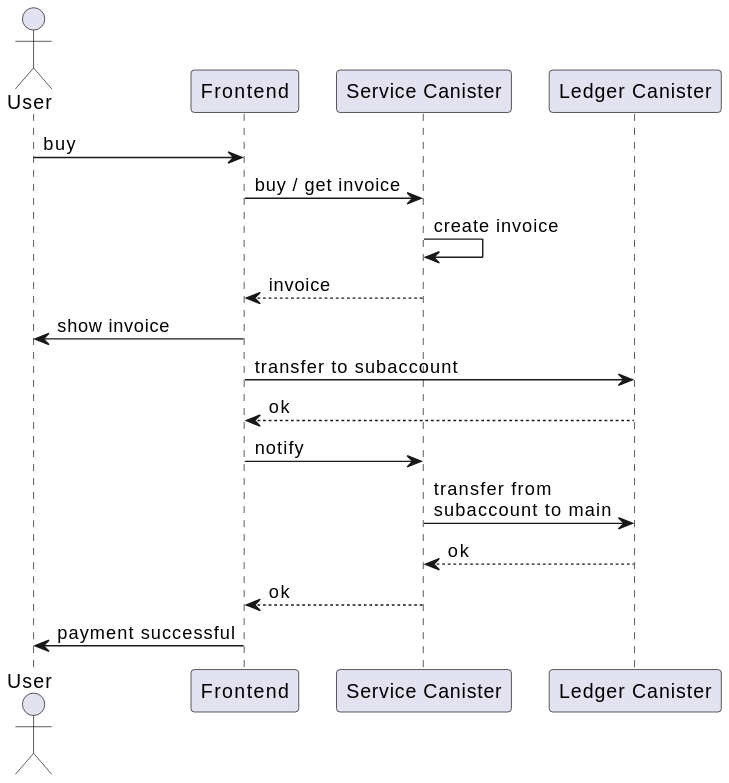
This is docs/BNT-3/flow.svg from dfinity/grant-rfps, a PlantUML export, as it was before one commit. Its diagram source:
```plantuml
@startuml
actor User as U
participant Frontend as F
participant "Service Canister" as S
participant "Ledger Canister" as L
U ->F: buy
F->S: buy / get invoice
S->S: create invoice
S-->F: invoice
F->U: show invoice
F->L: transfer to subaccount
L-->F: ok
F->S: notify
S->L: transfer from\nsubaccount to main
L-->S: ok
S-->F: ok
F->U: payment successful
@enduml
```
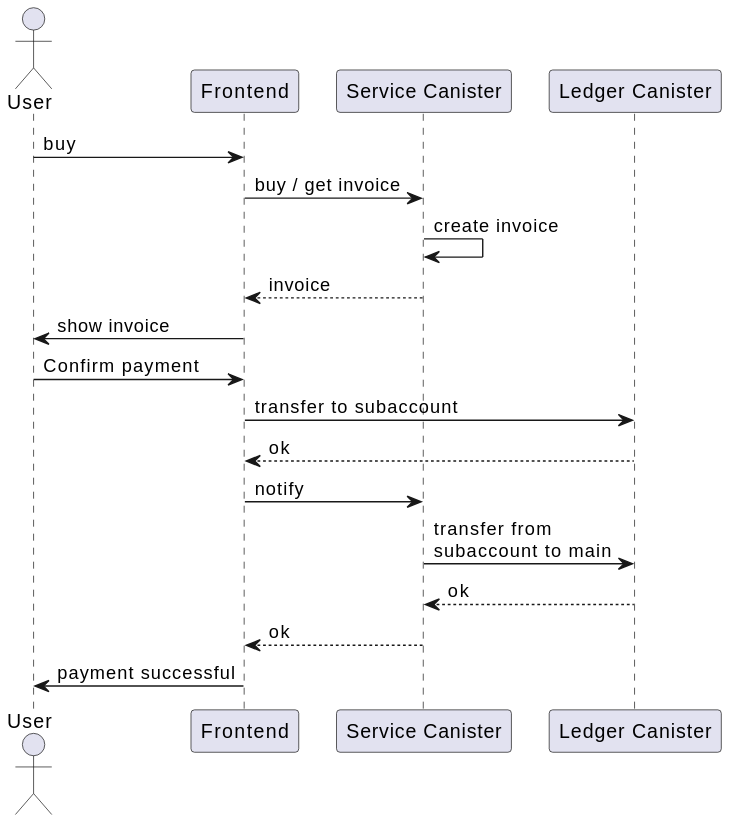
The same diagram one commit later.

Commit message:
BNT-3: Update flow diagram

Change to the diagram source:
```diff
@@ -8,6 +8,7 @@
 S->S: create invoice
 S-->F: invoice
 F->U: show invoice
+U->F: Confirm payment
 F->L: transfer to subaccount
 L-->F: ok
 F->S: notify
```
